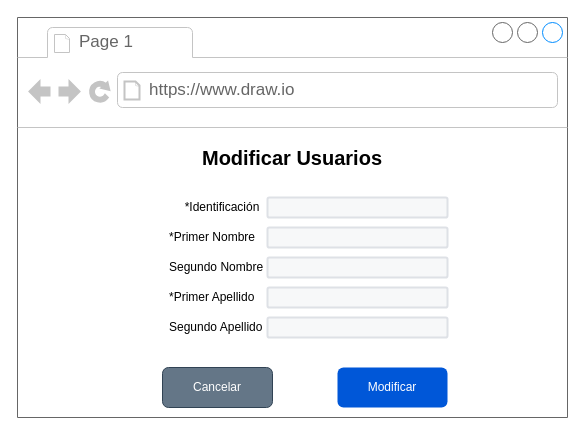
Before: Proyecto Final/Imagenes Historias de usuario/Historia de usuario 14 (1).drawio in migueltovarb/ISWREQUERIMIENTOS202502-1Juan-Cuaran, a draw.io diagram. Source tidied: cells renumbered, new cells numbered last; positions are measured from the earlier drawing's top-left corner, leaving out a move shared by most shapes. Both pictures are drawn from the tidied source at 100%, with x=0, y=0 at pixel (17, 17).
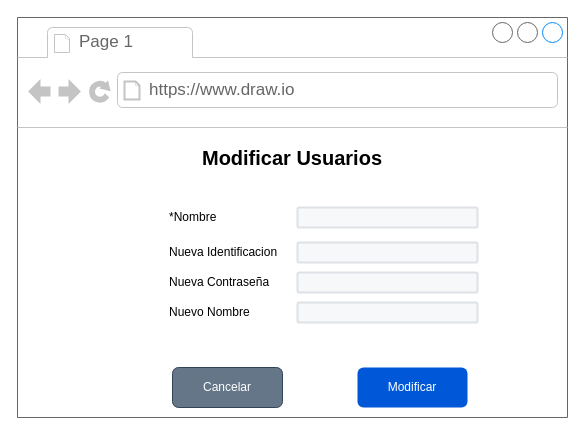
The same diagram, later.

The edit, as a diff of the source:
```diff
@@
 <mxGraphModel>
   <root>
     <mxCell id="0" />
     <mxCell id="1" parent="0" />
     <mxCell id="2" style="strokeWidth=1;shadow=0;dashed=0;align=center;html=1;shape=mxgraph.mockup.containers.browserWindow;rSize=0;strokeColor=#666666;strokeColor2=#008cff;strokeColor3=#c4c4c4;mainText=,;" parent="1" vertex="1">
       <mxGeometry width="550" height="400" as="geometry" />
     </mxCell>
     <mxCell id="3" value="Page 1" style="strokeWidth=1;shadow=0;dashed=0;align=center;html=1;shape=mxgraph.mockup.containers.anchor;fontSize=17;fontColor=#666666;align=left;whiteSpace=wrap;" parent="2" vertex="1">
       <mxGeometry x="60" y="12" width="110" height="26" as="geometry" />
     </mxCell>
     <mxCell id="4" value="https://www.draw.io" style="strokeWidth=1;shadow=0;dashed=0;align=center;html=1;shape=mxgraph.mockup.containers.anchor;rSize=0;fontSize=17;fontColor=#666666;align=left;" parent="2" vertex="1">
       <mxGeometry x="130" y="60" width="250" height="26" as="geometry" />
     </mxCell>
     <mxCell id="5" value="Modificar Usuarios" style="text;html=1;whiteSpace=wrap;strokeColor=none;fillColor=none;align=center;verticalAlign=middle;rounded=0;strokeWidth=5;fontSize=20;fontStyle=1;" parent="2" vertex="1">
       <mxGeometry x="100" y="130" width="350" height="20" as="geometry" />
     </mxCell>
-    <mxCell id="6" value="*Identificación" style="text;html=1;whiteSpace=wrap;strokeColor=none;fillColor=none;align=center;verticalAlign=middle;rounded=0;" parent="2" vertex="1">
-      <mxGeometry x="160" y="175" width="90" height="30" as="geometry" />
-    </mxCell>
-    <mxCell id="7" value="*Primer Nombre" style="text;html=1;whiteSpace=wrap;strokeColor=none;fillColor=none;align=left;verticalAlign=middle;rounded=0;" parent="2" vertex="1">
-      <mxGeometry x="150" y="205" width="100" height="30" as="geometry" />
+    <mxCell id="7" value="*Nombre" style="text;html=1;whiteSpace=wrap;strokeColor=none;fillColor=none;align=left;verticalAlign=middle;rounded=0;" parent="2" vertex="1">
+      <mxGeometry x="150" y="185" width="100" height="30" as="geometry" />
     </mxCell>
-    <mxCell id="8" value="Segundo Nombre" style="text;html=1;whiteSpace=wrap;strokeColor=none;fillColor=none;align=left;verticalAlign=middle;rounded=0;" parent="2" vertex="1">
-      <mxGeometry x="150" y="235" width="110" height="30" as="geometry" />
-    </mxCell>
-    <mxCell id="9" value="*Primer Apellido" style="text;html=1;whiteSpace=wrap;strokeColor=none;fillColor=none;align=left;verticalAlign=middle;rounded=0;" parent="2" vertex="1">
-      <mxGeometry x="150" y="265" width="100" height="30" as="geometry" />
-    </mxCell>
-    <mxCell id="10" value="Segundo Apellido" style="text;html=1;whiteSpace=wrap;strokeColor=none;fillColor=none;align=left;verticalAlign=middle;rounded=0;" parent="2" vertex="1">
-      <mxGeometry x="150" y="295" width="110" height="30" as="geometry" />
-    </mxCell>
-    <mxCell id="11" style="rounded=1;arcSize=9;fillColor=#F7F8F9;align=left;spacingLeft=5;strokeColor=#DEE1E6;html=1;strokeWidth=2;fontColor=#596780;fontSize=12;" parent="2" vertex="1">
-      <mxGeometry x="250" y="180" width="180" height="20" as="geometry" />
-    </mxCell>
     <mxCell id="12" style="rounded=1;arcSize=9;fillColor=#F7F8F9;align=left;spacingLeft=5;strokeColor=#DEE1E6;html=1;strokeWidth=2;fontColor=#596780;fontSize=12;" parent="2" vertex="1">
-      <mxGeometry x="250" y="210" width="180" height="20" as="geometry" />
+      <mxGeometry x="280" y="190" width="180" height="20" as="geometry" />
     </mxCell>
-    <mxCell id="13" style="rounded=1;arcSize=9;fillColor=#F7F8F9;align=left;spacingLeft=5;strokeColor=#DEE1E6;html=1;strokeWidth=2;fontColor=#596780;fontSize=12;" parent="2" vertex="1">
-      <mxGeometry x="250" y="240" width="180" height="20" as="geometry" />
-    </mxCell>
     <mxCell id="14" style="rounded=1;arcSize=9;fillColor=#F7F8F9;align=left;spacingLeft=5;strokeColor=#DEE1E6;html=1;strokeWidth=2;fontColor=#596780;fontSize=12;" parent="2" vertex="1">
-      <mxGeometry x="250" y="270" width="180" height="20" as="geometry" />
+      <mxGeometry x="280" y="225" width="180" height="20" as="geometry" />
     </mxCell>
     <mxCell id="15" style="rounded=1;arcSize=9;fillColor=#F7F8F9;align=left;spacingLeft=5;strokeColor=#DEE1E6;html=1;strokeWidth=2;fontColor=#596780;fontSize=12;" parent="2" vertex="1">
-      <mxGeometry x="250" y="300" width="180" height="20" as="geometry" />
+      <mxGeometry x="280" y="255" width="180" height="20" as="geometry" />
     </mxCell>
     <mxCell id="16" value="Modificar" style="rounded=1;fillColor=#0057D8;strokeColor=none;html=1;whiteSpace=wrap;fontColor=#ffffff;align=center;verticalAlign=middle;fontStyle=0;fontSize=12;sketch=0;" parent="2" vertex="1">
-      <mxGeometry x="320" y="350" width="110" height="40" as="geometry" />
+      <mxGeometry x="340" y="350" width="110" height="40" as="geometry" />
     </mxCell>
     <mxCell id="17" value="Cancelar" style="rounded=1;fillColor=#647687;strokeColor=#314354;html=1;whiteSpace=wrap;align=center;verticalAlign=middle;fontStyle=0;fontSize=12;sketch=0;fontColor=#ffffff;" parent="2" vertex="1">
-      <mxGeometry x="145" y="350" width="110" height="40" as="geometry" />
+      <mxGeometry x="155" y="350" width="110" height="40" as="geometry" />
     </mxCell>
+    <mxCell id="18" value="Nueva Identificacion" style="text;html=1;align=left;verticalAlign=middle;whiteSpace=wrap;rounded=0;" parent="2" vertex="1">
+      <mxGeometry x="150" y="220" width="120" height="30" as="geometry" />
+    </mxCell>
+    <mxCell id="19" value="Nueva Contraseña" style="text;html=1;align=left;verticalAlign=middle;whiteSpace=wrap;rounded=0;" parent="2" vertex="1">
+      <mxGeometry x="150" y="250" width="110" height="30" as="geometry" />
+    </mxCell>
+    <mxCell id="20" value="Nuevo Nombre" style="text;html=1;align=left;verticalAlign=middle;whiteSpace=wrap;rounded=0;" parent="2" vertex="1">
+      <mxGeometry x="150" y="280" width="90" height="30" as="geometry" />
+    </mxCell>
+    <mxCell id="21" style="rounded=1;arcSize=9;fillColor=#F7F8F9;align=left;spacingLeft=5;strokeColor=#DEE1E6;html=1;strokeWidth=2;fontColor=#596780;fontSize=12;" parent="2" vertex="1">
+      <mxGeometry x="280" y="285" width="180" height="20" as="geometry" />
+    </mxCell>
   </root>
 </mxGraphModel>
```
